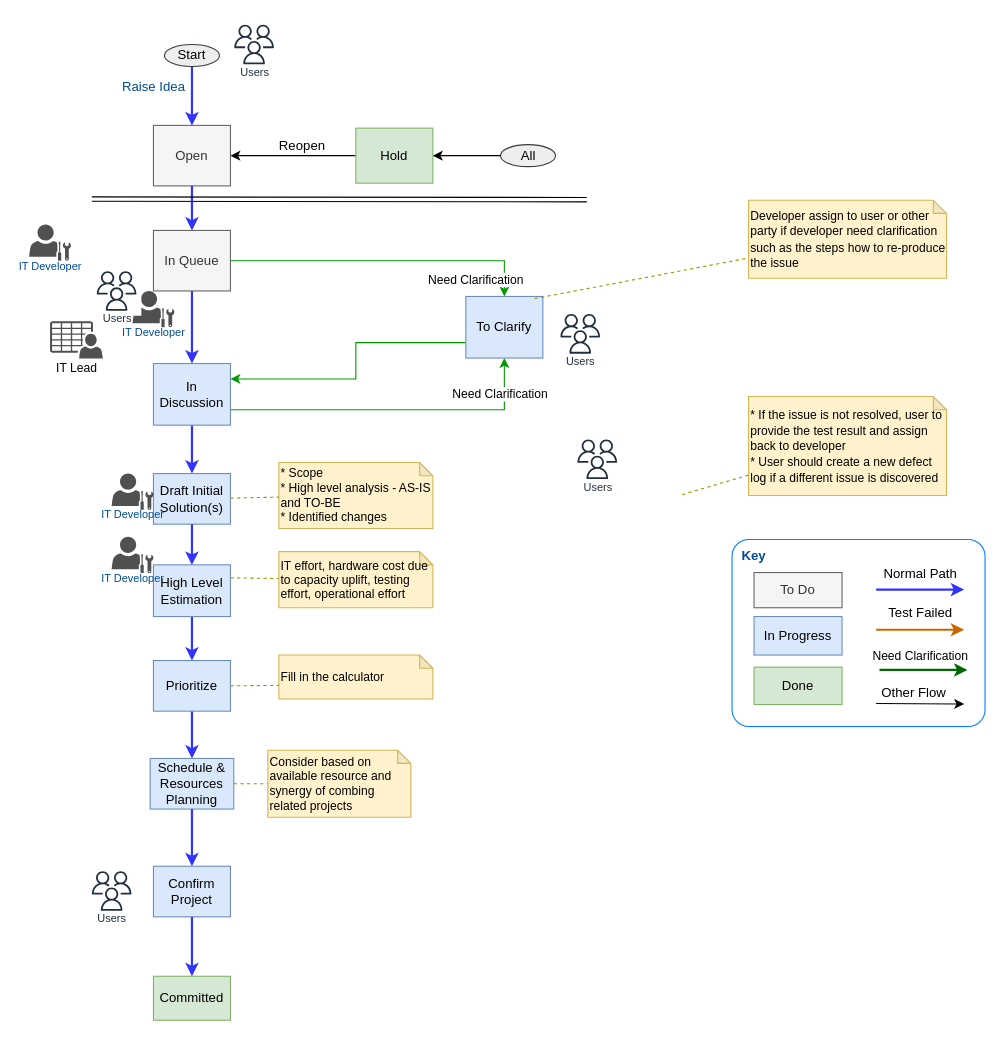
The draw.io diagram Change Request Workflow.drawio in whalebig27/change-request-process-diagram, before the edit. Source tidied: cells renumbered, new cells numbered last; positions are measured from the earlier drawing's top-left corner, leaving out a move shared by most shapes. Both pictures are drawn from the tidied source at 110%, with x=0, y=0 at pixel (29, 20).
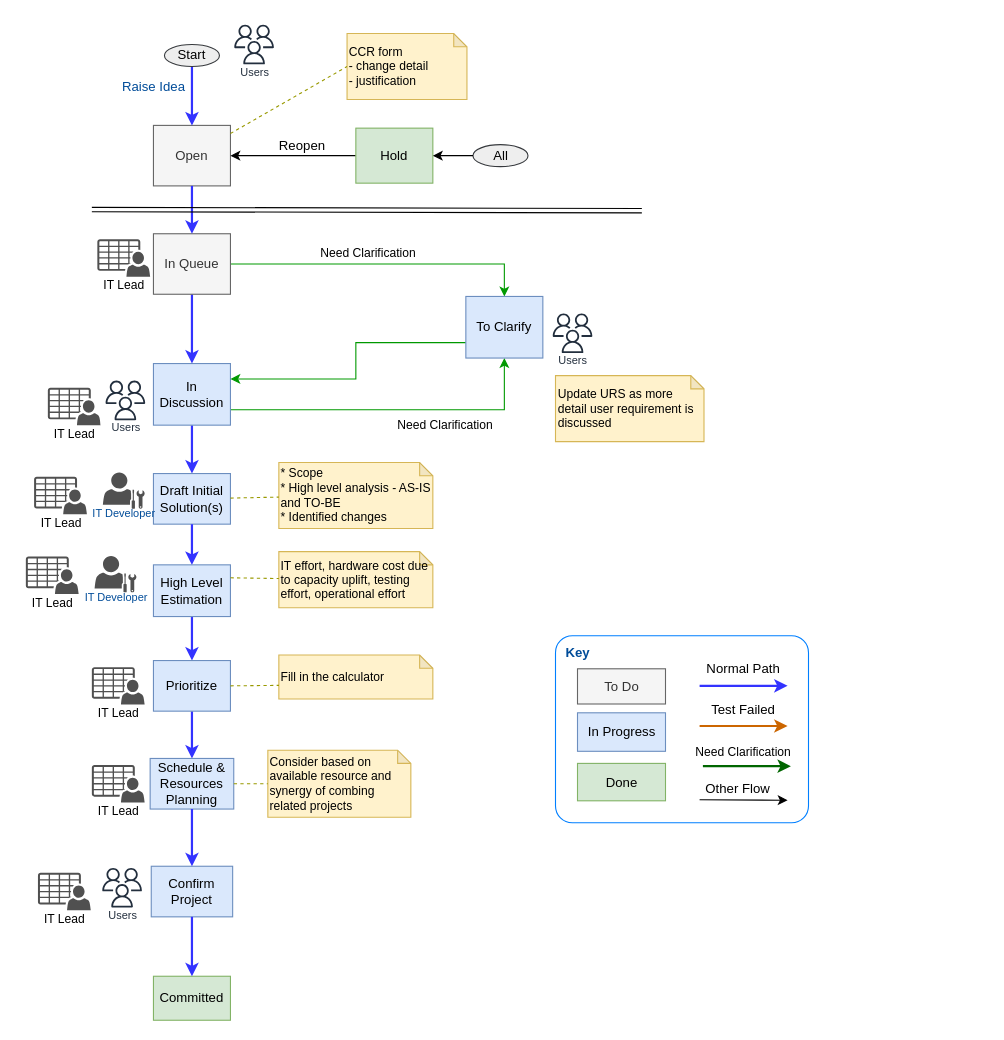
Above is the later version.

Unchanged cells that the change refers to:
```xml
<mxCell id="4" style="edgeStyle=orthogonalEdgeStyle;rounded=0;jettySize=auto;html=1;exitX=1;exitY=0.75;exitDx=0;exitDy=0;entryX=0.5;entryY=1;entryDx=0;entryDy=0;strokeColor=#009900;strokeWidth=1;" parent="1" edge="1" source="6" target="20">
  <mxGeometry relative="1" as="geometry" />
</mxCell>
<mxCell id="8" style="edgeStyle=orthogonalEdgeStyle;rounded=0;jettySize=auto;html=1;exitX=1;exitY=0.5;exitDx=0;exitDy=0;entryX=0.5;entryY=0;entryDx=0;entryDy=0;strokeColor=#009900;strokeWidth=1;" parent="1" edge="1" source="58" target="20">
  <mxGeometry relative="1" as="geometry" />
</mxCell>
<mxCell id="10" value="Open" style="rounded=0;whiteSpace=wrap;html=1;strokeColor=#666666;fontSize=12;align=center;fontColor=#333333;fillColor=#f5f5f5;" parent="1" vertex="1">
  <mxGeometry x="113" y="95.5" width="70" height="55" as="geometry" />
</mxCell>
<mxCell id="20" value="To Clarify" style="rounded=0;whiteSpace=wrap;html=1;strokeColor=#6c8ebf;fontSize=12;align=center;fillColor=#dae8fc;" parent="1" vertex="1">
  <mxGeometry x="397" y="251" width="70" height="56" as="geometry" />
</mxCell>
```

Change to the diagram source:
```diff
@@
     <mxCell id="2" style="rounded=1;whiteSpace=wrap;html=1;strokeColor=#007FFF;fontSize=12;fontColor=#004C99;align=left;arcSize=9;" parent="1" vertex="1">
-      <mxGeometry x="639" y="472" width="230" height="170" as="geometry" />
+      <mxGeometry x="478.5" y="559.5" width="230" height="170" as="geometry" />
     </mxCell>
@@
     <mxCell id="5" value="Need Clarification" style="text;html=1;align=center;verticalAlign=middle;labelBackgroundColor=#ffffff;fontSize=11;" parent="4" vertex="1">
       <mxGeometry x="0.74" y="13" relative="1" as="geometry">
-        <mxPoint x="8" y="-6" as="offset" />
+        <mxPoint x="-42" y="22" as="offset" />
       </mxGeometry>
     </mxCell>
@@
     <mxCell id="9" value="Need Clarification" style="text;html=1;align=center;verticalAlign=middle;labelBackgroundColor=#ffffff;fontSize=11;" parent="8" vertex="1">
-      <mxGeometry x="0.58" y="-17" relative="1" as="geometry" />
+      <mxGeometry x="0.58" y="-17" relative="1" as="geometry">
+        <mxPoint x="-96" y="-27" as="offset" />
+      </mxGeometry>
     </mxCell>
@@
-    <mxCell id="26" value="&lt;div style=&quot;text-align: left&quot;&gt;&lt;span style=&quot;font-size: 11px&quot;&gt;* If the issue is not resolved, user to provide the test result and assign back to developer&lt;/span&gt;&lt;/div&gt;&lt;div style=&quot;text-align: left&quot;&gt;&lt;span style=&quot;font-size: 11px&quot;&gt;* User should create a new defect log if a different issue is discovered&lt;/span&gt;&lt;/div&gt;" style="shape=note;whiteSpace=wrap;html=1;backgroundOutline=1;darkOpacity=0.05;strokeColor=#d6b656;fontSize=12;align=left;size=12;fillColor=#fff2cc;" parent="1" vertex="1">
-      <mxGeometry x="654" y="342" width="180" height="90" as="geometry" />
-    </mxCell>
-    <mxCell id="27" style="endArrow=none;dashed=1;html=1;fontSize=12;fontColor=#004C99;strokeColor=#999900;" parent="1" edge="1" target="26">
-      <mxGeometry relative="1" as="geometry">
-        <mxPoint x="593.5" y="431.2" as="sourcePoint" />
-      </mxGeometry>
-    </mxCell>
-    <mxCell id="28" value="&lt;div style=&quot;text-align: left&quot;&gt;&lt;span style=&quot;font-size: 11px&quot;&gt;Developer assign to user or other party if developer need clarification such as the steps how to re-produce the issue&lt;/span&gt;&lt;/div&gt;" style="shape=note;whiteSpace=wrap;html=1;backgroundOutline=1;darkOpacity=0.05;strokeColor=#d6b656;fontSize=12;align=left;size=12;fillColor=#fff2cc;" parent="1" vertex="1">
-      <mxGeometry x="654" y="163.5" width="180" height="71" as="geometry" />
-    </mxCell>
-    <mxCell id="29" style="endArrow=none;dashed=1;html=1;fontSize=12;fontColor=#004C99;exitX=0.892;exitY=0.035;exitDx=0;exitDy=0;strokeColor=#999900;exitPerimeter=0;" parent="1" edge="1" source="20" target="28">
-      <mxGeometry relative="1" as="geometry" />
-    </mxCell>
     <mxCell id="30" value="Done" style="rounded=0;whiteSpace=wrap;html=1;strokeColor=#82b366;fontSize=12;align=center;fillColor=#d5e8d4;" parent="1" vertex="1">
-      <mxGeometry x="659" y="588" width="80" height="34" as="geometry" />
+      <mxGeometry x="498.5" y="675.5" width="80" height="34" as="geometry" />
     </mxCell>
     <mxCell id="31" value="In Progress" style="rounded=0;whiteSpace=wrap;html=1;strokeColor=#6c8ebf;fontSize=12;align=center;fillColor=#dae8fc;" parent="1" vertex="1">
-      <mxGeometry x="659" y="542" width="80" height="35" as="geometry" />
+      <mxGeometry x="498.5" y="629.5" width="80" height="35" as="geometry" />
     </mxCell>
     <mxCell id="32" value="To Do" style="rounded=0;whiteSpace=wrap;html=1;strokeColor=#666666;fontSize=12;align=center;fontColor=#333333;fillColor=#f5f5f5;" parent="1" vertex="1">
-      <mxGeometry x="659" y="502" width="80" height="32" as="geometry" />
+      <mxGeometry x="498.5" y="589.5" width="80" height="32" as="geometry" />
     </mxCell>
     <mxCell id="33" value="Key" style="text;html=1;strokeColor=none;fillColor=none;align=center;verticalAlign=middle;whiteSpace=wrap;rounded=0;fontSize=12;fontColor=#004C99;fontStyle=1;" parent="1" vertex="1">
-      <mxGeometry x="639" y="477" width="40" height="20" as="geometry" />
+      <mxGeometry x="478.5" y="564.5" width="40" height="20" as="geometry" />
     </mxCell>
     <mxCell id="34" value="Users" style="fontColor=#232F3E;gradientColor=none;strokeColor=#232F3E;fillColor=#ffffff;dashed=0;verticalLabelPosition=bottom;verticalAlign=top;align=center;html=1;fontSize=10;fontStyle=0;shape=mxgraph.aws4.resourceIcon;resIcon=mxgraph.aws4.users;spacingTop=-10;" parent="1" vertex="1">
-      <mxGeometry x="52.5" y="769" width="45" height="45" as="geometry" />
+      <mxGeometry x="62" y="766" width="45" height="45" as="geometry" />
     </mxCell>
-    <mxCell id="35" value="IT Developer" style="shadow=0;dashed=0;html=1;strokeColor=none;fillColor=#505050;labelPosition=center;verticalLabelPosition=bottom;verticalAlign=top;align=center;shape=mxgraph.office.users.administrator;fontSize=10;fontColor=#004C99;spacingTop=-8;" parent="1" vertex="1">
-      <mxGeometry x="94" y="246" width="38" height="33" as="geometry" />
-    </mxCell>
-    <mxCell id="36" value="IT Developer" style="shadow=0;dashed=0;html=1;strokeColor=none;fillColor=#505050;labelPosition=center;verticalLabelPosition=bottom;verticalAlign=top;align=center;shape=mxgraph.office.users.administrator;fontSize=10;fontColor=#004C99;spacingTop=-8;" parent="1" vertex="1">
-      <mxGeometry y="185.5" width="38" height="33" as="geometry" />
-    </mxCell>
-    <mxCell id="37" value="Users" style="fontColor=#232F3E;gradientColor=none;strokeColor=#232F3E;fillColor=#ffffff;dashed=0;verticalLabelPosition=bottom;verticalAlign=top;align=center;html=1;fontSize=10;fontStyle=0;shape=mxgraph.aws4.resourceIcon;resIcon=mxgraph.aws4.users;spacingTop=-10;" parent="1" vertex="1">
-      <mxGeometry x="494" y="376.5" width="45" height="45" as="geometry" />
-    </mxCell>
     <mxCell id="38" value="Users" style="fontColor=#232F3E;gradientColor=none;strokeColor=#232F3E;fillColor=#ffffff;dashed=0;verticalLabelPosition=bottom;verticalAlign=top;align=center;html=1;fontSize=10;fontStyle=0;shape=mxgraph.aws4.resourceIcon;resIcon=mxgraph.aws4.users;spacingTop=-10;" parent="1" vertex="1">
-      <mxGeometry x="478.5" y="262.5" width="45" height="45" as="geometry" />
+      <mxGeometry x="471.5" y="262" width="45" height="45" as="geometry" />
     </mxCell>
     <mxCell id="39" value="IT Developer" style="shadow=0;dashed=0;html=1;strokeColor=none;fillColor=#505050;labelPosition=center;verticalLabelPosition=bottom;verticalAlign=top;align=center;shape=mxgraph.office.users.administrator;fontSize=10;fontColor=#004C99;spacingTop=-8;" parent="1" vertex="1">
-      <mxGeometry x="75" y="412" width="38" height="33" as="geometry" />
+      <mxGeometry x="67" y="411" width="38" height="33" as="geometry" />
     </mxCell>
@@
     <mxCell id="41" value="IT Lead" style="shadow=0;dashed=0;html=1;strokeColor=none;fillColor=#505050;labelPosition=center;verticalLabelPosition=bottom;verticalAlign=top;align=center;shape=mxgraph.office.users.csv_file;spacingTop=-5;fontSize=11;" parent="1" vertex="1">
-      <mxGeometry x="19" y="273.5" width="48" height="34" as="geometry" />
+      <mxGeometry x="17" y="334" width="48" height="34" as="geometry" />
     </mxCell>
     <mxCell id="42" style="rounded=0;orthogonalLoop=1;jettySize=auto;html=1;fontSize=14;fontColor=#004C99;strokeColor=#3333FF;strokeWidth=2;" parent="1" edge="1">
       <mxGeometry relative="1" as="geometry">
-        <mxPoint x="770" y="517.5" as="sourcePoint" />
-        <mxPoint x="850" y="517.5" as="targetPoint" />
+        <mxPoint x="609.5" y="605" as="sourcePoint" />
+        <mxPoint x="689.5" y="605" as="targetPoint" />
       </mxGeometry>
     </mxCell>
@@
     <mxCell id="44" style="rounded=0;orthogonalLoop=1;jettySize=auto;html=1;fontSize=14;fontColor=#004C99;strokeColor=#CC6600;strokeWidth=2;" parent="1" edge="1">
       <mxGeometry relative="1" as="geometry">
-        <mxPoint x="770" y="554" as="sourcePoint" />
-        <mxPoint x="850" y="554" as="targetPoint" />
+        <mxPoint x="609.5" y="641.5" as="sourcePoint" />
+        <mxPoint x="689.5" y="641.5" as="targetPoint" />
       </mxGeometry>
     </mxCell>
@@
     <mxCell id="46" style="rounded=0;orthogonalLoop=1;jettySize=auto;html=1;fontSize=14;fontColor=#004C99;strokeColor=#006600;strokeWidth=2;" parent="1" edge="1">
       <mxGeometry relative="1" as="geometry">
-        <mxPoint x="773" y="590.5" as="sourcePoint" />
-        <mxPoint x="853" y="590.5" as="targetPoint" />
+        <mxPoint x="612.5" y="678" as="sourcePoint" />
+        <mxPoint x="692.5" y="678" as="targetPoint" />
       </mxGeometry>
     </mxCell>
@@
     <mxCell id="48" style="rounded=0;orthogonalLoop=1;jettySize=auto;html=1;" parent="1" edge="1">
       <mxGeometry relative="1" as="geometry">
-        <mxPoint x="770" y="621" as="sourcePoint" />
-        <mxPoint x="850" y="621.5" as="targetPoint" />
+        <mxPoint x="609.5" y="708.5" as="sourcePoint" />
+        <mxPoint x="689.5" y="709" as="targetPoint" />
       </mxGeometry>
     </mxCell>
@@
     <mxCell id="56" value="IT Developer" style="shadow=0;dashed=0;html=1;strokeColor=none;fillColor=#505050;labelPosition=center;verticalLabelPosition=bottom;verticalAlign=top;align=center;shape=mxgraph.office.users.administrator;fontSize=10;fontColor=#004C99;spacingTop=-8;" parent="1" vertex="1">
-      <mxGeometry x="75" y="469.5" width="38" height="33" as="geometry" />
+      <mxGeometry x="59.5" y="487" width="38" height="33" as="geometry" />
     </mxCell>
     <mxCell id="57" value="Users" style="fontColor=#232F3E;gradientColor=none;strokeColor=#232F3E;fillColor=#ffffff;dashed=0;verticalLabelPosition=bottom;verticalAlign=top;align=center;html=1;fontSize=10;fontStyle=0;shape=mxgraph.aws4.resourceIcon;resIcon=mxgraph.aws4.users;spacingTop=-10;" parent="1" vertex="1">
-      <mxGeometry x="57" y="223.5" width="45" height="45" as="geometry" />
+      <mxGeometry x="65" y="323" width="45" height="45" as="geometry" />
     </mxCell>
     <mxCell id="58" value="In Queue" style="rounded=0;whiteSpace=wrap;html=1;strokeColor=#666666;fontSize=12;align=center;fontColor=#333333;fillColor=#f5f5f5;" parent="1" vertex="1">
-      <mxGeometry x="113" y="191" width="70" height="55" as="geometry" />
+      <mxGeometry x="113" y="194" width="70" height="55" as="geometry" />
     </mxCell>
@@
     <mxCell id="60" value="All" style="ellipse;whiteSpace=wrap;html=1;strokeColor=#36393d;fontSize=12;align=center;fillColor=#eeeeee;" parent="1" vertex="1">
-      <mxGeometry x="428.5" y="113" width="50" height="20" as="geometry" />
+      <mxGeometry x="403.5" y="113" width="50" height="20" as="geometry" />
     </mxCell>
@@
     <mxCell id="62" style="shape=link;html=1;" parent="1" edge="1">
       <mxGeometry relative="1" as="geometry">
-        <mxPoint x="57" y="162.5" as="sourcePoint" />
-        <mxPoint x="507" y="163" as="targetPoint" />
+        <mxPoint x="57" y="172" as="sourcePoint" />
+        <mxPoint x="557" y="173" as="targetPoint" />
       </mxGeometry>
     </mxCell>
@@
     <mxCell id="64" value="Confirm Project" style="rounded=0;whiteSpace=wrap;html=1;strokeColor=#6c8ebf;fontSize=12;align=center;fillColor=#dae8fc;" parent="1" vertex="1">
-      <mxGeometry x="113" y="769" width="70" height="46" as="geometry" />
+      <mxGeometry x="111" y="769" width="74" height="46" as="geometry" />
     </mxCell>
@@
+    <mxCell id="69" value="IT Lead" style="shadow=0;dashed=0;html=1;strokeColor=none;fillColor=#505050;labelPosition=center;verticalLabelPosition=bottom;verticalAlign=top;align=center;shape=mxgraph.office.users.csv_file;spacingTop=-5;fontSize=11;" parent="1" vertex="1">
+      <mxGeometry x="62" y="199" width="48" height="34" as="geometry" />
+    </mxCell>
+    <mxCell id="70" value="IT Lead" style="shadow=0;dashed=0;html=1;strokeColor=none;fillColor=#505050;labelPosition=center;verticalLabelPosition=bottom;verticalAlign=top;align=center;shape=mxgraph.office.users.csv_file;spacingTop=-5;fontSize=11;" parent="1" vertex="1">
+      <mxGeometry x="4.5" y="415" width="48" height="34" as="geometry" />
+    </mxCell>
+    <mxCell id="71" value="IT Lead" style="shadow=0;dashed=0;html=1;strokeColor=none;fillColor=#505050;labelPosition=center;verticalLabelPosition=bottom;verticalAlign=top;align=center;shape=mxgraph.office.users.csv_file;spacingTop=-5;fontSize=11;" parent="1" vertex="1">
+      <mxGeometry x="-3" y="487.5" width="48" height="34" as="geometry" />
+    </mxCell>
+    <mxCell id="72" value="IT Lead" style="shadow=0;dashed=0;html=1;strokeColor=none;fillColor=#505050;labelPosition=center;verticalLabelPosition=bottom;verticalAlign=top;align=center;shape=mxgraph.office.users.csv_file;spacingTop=-5;fontSize=11;" parent="1" vertex="1">
+      <mxGeometry x="57" y="588" width="48" height="34" as="geometry" />
+    </mxCell>
+    <mxCell id="73" value="IT Lead" style="shadow=0;dashed=0;html=1;strokeColor=none;fillColor=#505050;labelPosition=center;verticalLabelPosition=bottom;verticalAlign=top;align=center;shape=mxgraph.office.users.csv_file;spacingTop=-5;fontSize=11;" parent="1" vertex="1">
+      <mxGeometry x="57" y="677" width="48" height="34" as="geometry" />
+    </mxCell>
+    <mxCell id="74" value="IT Lead" style="shadow=0;dashed=0;html=1;strokeColor=none;fillColor=#505050;labelPosition=center;verticalLabelPosition=bottom;verticalAlign=top;align=center;shape=mxgraph.office.users.csv_file;spacingTop=-5;fontSize=11;" parent="1" vertex="1">
+      <mxGeometry x="8" y="775" width="48" height="34" as="geometry" />
+    </mxCell>
+    <mxCell id="75" value="CCR form&lt;br&gt;- change detail&lt;br&gt;- justification&lt;br&gt;" style="shape=note;whiteSpace=wrap;html=1;backgroundOutline=1;darkOpacity=0.05;strokeColor=#d6b656;fontSize=11;align=left;size=12;fillColor=#fff2cc;" parent="1" vertex="1">
+      <mxGeometry x="289" y="12" width="109" height="60" as="geometry" />
+    </mxCell>
+    <mxCell id="76" style="endArrow=none;dashed=1;html=1;fontSize=12;fontColor=#004C99;strokeColor=#999900;entryX=0;entryY=0.5;entryDx=0;entryDy=0;entryPerimeter=0;" parent="1" edge="1" source="10" target="75">
+      <mxGeometry relative="1" as="geometry" />
+    </mxCell>
+    <mxCell id="77" value="Update URS as more detail user requirement is discussed&lt;br&gt;" style="shape=note;whiteSpace=wrap;html=1;backgroundOutline=1;darkOpacity=0.05;strokeColor=#d6b656;fontSize=11;align=left;size=12;fillColor=#fff2cc;" parent="1" vertex="1">
+      <mxGeometry x="478.5" y="323" width="135" height="60" as="geometry" />
+    </mxCell>
```
